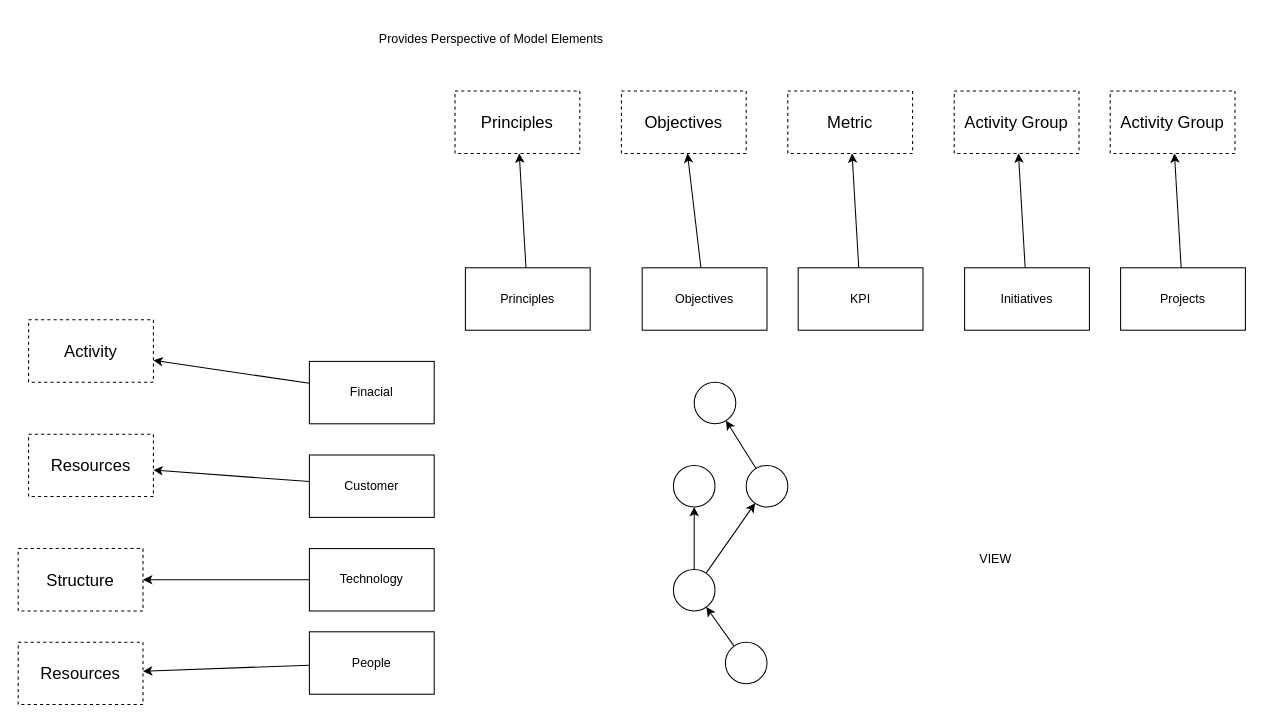
Above: page "Dashboard" (4 of 5) of assets/knowledgeontology/diagrams/GXP-Model-Data-Business.drawio in governance-foundation/governance.foundation (draw.io), before the change. Source tidied: cells renumbered, new cells numbered last; positions are measured from the earlier drawing's top-left corner, leaving out a move shared by most shapes. Both pictures are drawn from the tidied source at 104%, with x=0, y=0 at pixel (18, 18).
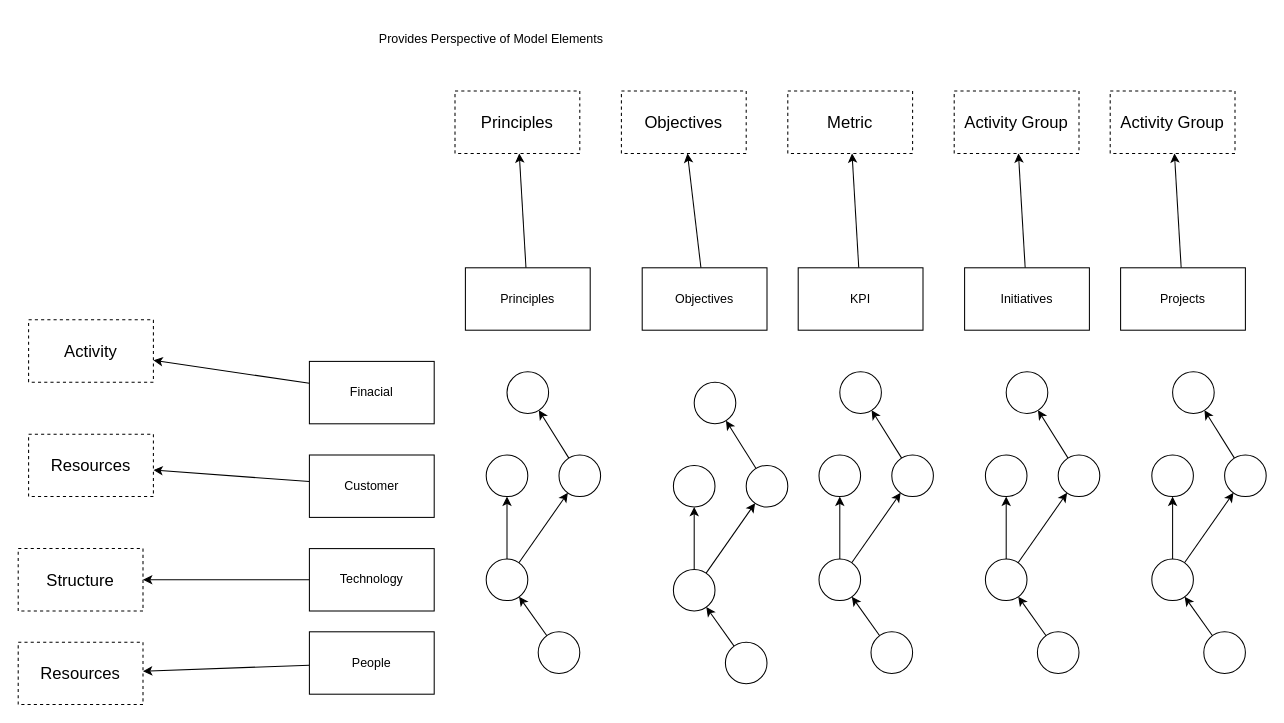
The same page after the edit.

Diff of the diagram source:
```diff
@@
-    <mxCell id="20" value="VIEW" style="text;html=1;strokeColor=none;fillColor=none;align=center;verticalAlign=middle;whiteSpace=wrap;rounded=0;" parent="1" vertex="1">
-      <mxGeometry x="760" y="390" width="360" height="260" as="geometry" />
-    </mxCell>
@@
+    <mxCell id="40" style="ellipse;whiteSpace=wrap;html=1;" parent="1" vertex="1">
+      <mxGeometry x="470" y="340" width="40" height="40" as="geometry" />
+    </mxCell>
+    <mxCell id="41" style="ellipse;whiteSpace=wrap;html=1;" parent="1" vertex="1">
+      <mxGeometry x="450" y="420" width="40" height="40" as="geometry" />
+    </mxCell>
+    <mxCell id="42" style="edgeStyle=none;rounded=0;jettySize=auto;html=1;" parent="1" edge="1" source="44" target="41">
+      <mxGeometry relative="1" as="geometry" />
+    </mxCell>
+    <mxCell id="43" style="edgeStyle=none;rounded=0;jettySize=auto;html=1;" parent="1" edge="1" source="44" target="48">
+      <mxGeometry relative="1" as="geometry" />
+    </mxCell>
+    <mxCell id="44" style="ellipse;whiteSpace=wrap;html=1;" parent="1" vertex="1">
+      <mxGeometry x="450" y="520" width="40" height="40" as="geometry" />
+    </mxCell>
+    <mxCell id="45" style="rounded=0;jettySize=auto;html=1;" parent="1" edge="1" source="46" target="44">
+      <mxGeometry relative="1" as="geometry" />
+    </mxCell>
+    <mxCell id="46" style="ellipse;whiteSpace=wrap;html=1;" parent="1" vertex="1">
+      <mxGeometry x="500" y="590" width="40" height="40" as="geometry" />
+    </mxCell>
+    <mxCell id="47" style="edgeStyle=none;rounded=0;jettySize=auto;html=1;" parent="1" edge="1" source="48" target="40">
+      <mxGeometry relative="1" as="geometry" />
+    </mxCell>
+    <mxCell id="48" style="ellipse;whiteSpace=wrap;html=1;" parent="1" vertex="1">
+      <mxGeometry x="520" y="420" width="40" height="40" as="geometry" />
+    </mxCell>
+    <mxCell id="49" style="ellipse;whiteSpace=wrap;html=1;" parent="1" vertex="1">
+      <mxGeometry x="790" y="340" width="40" height="40" as="geometry" />
+    </mxCell>
+    <mxCell id="50" style="ellipse;whiteSpace=wrap;html=1;" parent="1" vertex="1">
+      <mxGeometry x="770" y="420" width="40" height="40" as="geometry" />
+    </mxCell>
+    <mxCell id="51" style="edgeStyle=none;rounded=0;jettySize=auto;html=1;" parent="1" edge="1" source="53" target="50">
+      <mxGeometry relative="1" as="geometry" />
+    </mxCell>
+    <mxCell id="52" style="edgeStyle=none;rounded=0;jettySize=auto;html=1;" parent="1" edge="1" source="53" target="57">
+      <mxGeometry relative="1" as="geometry" />
+    </mxCell>
+    <mxCell id="53" style="ellipse;whiteSpace=wrap;html=1;" parent="1" vertex="1">
+      <mxGeometry x="770" y="520" width="40" height="40" as="geometry" />
+    </mxCell>
+    <mxCell id="54" style="rounded=0;jettySize=auto;html=1;" parent="1" edge="1" source="55" target="53">
+      <mxGeometry relative="1" as="geometry" />
+    </mxCell>
+    <mxCell id="55" style="ellipse;whiteSpace=wrap;html=1;" parent="1" vertex="1">
+      <mxGeometry x="820" y="590" width="40" height="40" as="geometry" />
+    </mxCell>
+    <mxCell id="56" style="edgeStyle=none;rounded=0;jettySize=auto;html=1;" parent="1" edge="1" source="57" target="49">
+      <mxGeometry relative="1" as="geometry" />
+    </mxCell>
+    <mxCell id="57" style="ellipse;whiteSpace=wrap;html=1;" parent="1" vertex="1">
+      <mxGeometry x="840" y="420" width="40" height="40" as="geometry" />
+    </mxCell>
+    <mxCell id="58" style="ellipse;whiteSpace=wrap;html=1;" parent="1" vertex="1">
+      <mxGeometry x="950" y="340" width="40" height="40" as="geometry" />
+    </mxCell>
+    <mxCell id="59" style="ellipse;whiteSpace=wrap;html=1;" parent="1" vertex="1">
+      <mxGeometry x="930" y="420" width="40" height="40" as="geometry" />
+    </mxCell>
+    <mxCell id="60" style="edgeStyle=none;rounded=0;jettySize=auto;html=1;" parent="1" edge="1" source="62" target="59">
+      <mxGeometry relative="1" as="geometry" />
+    </mxCell>
+    <mxCell id="61" style="edgeStyle=none;rounded=0;jettySize=auto;html=1;" parent="1" edge="1" source="62" target="66">
+      <mxGeometry relative="1" as="geometry" />
+    </mxCell>
+    <mxCell id="62" style="ellipse;whiteSpace=wrap;html=1;" parent="1" vertex="1">
+      <mxGeometry x="930" y="520" width="40" height="40" as="geometry" />
+    </mxCell>
+    <mxCell id="63" style="rounded=0;jettySize=auto;html=1;" parent="1" edge="1" source="64" target="62">
+      <mxGeometry relative="1" as="geometry" />
+    </mxCell>
+    <mxCell id="64" style="ellipse;whiteSpace=wrap;html=1;" parent="1" vertex="1">
+      <mxGeometry x="980" y="590" width="40" height="40" as="geometry" />
+    </mxCell>
+    <mxCell id="65" style="edgeStyle=none;rounded=0;jettySize=auto;html=1;" parent="1" edge="1" source="66" target="58">
+      <mxGeometry relative="1" as="geometry" />
+    </mxCell>
+    <mxCell id="66" style="ellipse;whiteSpace=wrap;html=1;" parent="1" vertex="1">
+      <mxGeometry x="1000" y="420" width="40" height="40" as="geometry" />
+    </mxCell>
+    <mxCell id="67" style="ellipse;whiteSpace=wrap;html=1;" parent="1" vertex="1">
+      <mxGeometry x="1110" y="340" width="40" height="40" as="geometry" />
+    </mxCell>
+    <mxCell id="68" style="ellipse;whiteSpace=wrap;html=1;" parent="1" vertex="1">
+      <mxGeometry x="1090" y="420" width="40" height="40" as="geometry" />
+    </mxCell>
+    <mxCell id="69" style="edgeStyle=none;rounded=0;jettySize=auto;html=1;" parent="1" edge="1" source="71" target="68">
+      <mxGeometry relative="1" as="geometry" />
+    </mxCell>
+    <mxCell id="70" style="edgeStyle=none;rounded=0;jettySize=auto;html=1;" parent="1" edge="1" source="71" target="75">
+      <mxGeometry relative="1" as="geometry" />
+    </mxCell>
+    <mxCell id="71" style="ellipse;whiteSpace=wrap;html=1;" parent="1" vertex="1">
+      <mxGeometry x="1090" y="520" width="40" height="40" as="geometry" />
+    </mxCell>
+    <mxCell id="72" style="rounded=0;jettySize=auto;html=1;" parent="1" edge="1" source="73" target="71">
+      <mxGeometry relative="1" as="geometry" />
+    </mxCell>
+    <mxCell id="73" style="ellipse;whiteSpace=wrap;html=1;" parent="1" vertex="1">
+      <mxGeometry x="1140" y="590" width="40" height="40" as="geometry" />
+    </mxCell>
+    <mxCell id="74" style="edgeStyle=none;rounded=0;jettySize=auto;html=1;" parent="1" edge="1" source="75" target="67">
+      <mxGeometry relative="1" as="geometry" />
+    </mxCell>
+    <mxCell id="75" style="ellipse;whiteSpace=wrap;html=1;" parent="1" vertex="1">
+      <mxGeometry x="1160" y="420" width="40" height="40" as="geometry" />
+    </mxCell>
```
